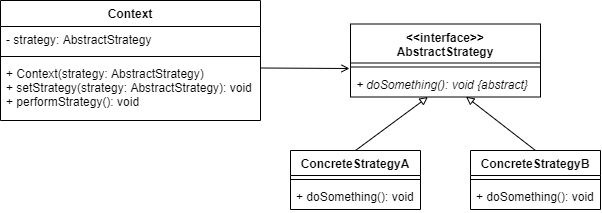
The draw.io diagram uml-diagrams/strategy-pattern.png in callistachang/cz2006-design-patterns, before a commit. Source tidied: cells renumbered, new cells last; positions are measured from the earlier drawing's top-left corner, leaving out a move shared by most shapes.
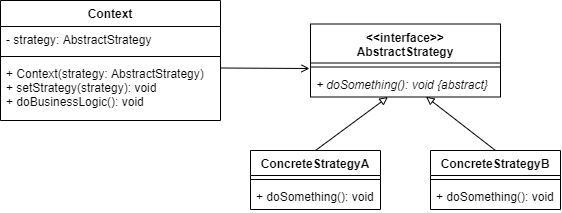
Above is the later version.

Commit message:
updates to strategy & observer patterns

What changed in the source:
```diff
@@ -3,16 +3,16 @@
     <mxCell id="0" />
     <mxCell id="1" parent="0" />
     <mxCell id="2" value="Context" style="swimlane;fontStyle=1;align=center;verticalAlign=top;horizontal=1;startSize=26;" parent="1" vertex="1">
-      <mxGeometry width="260" height="120" as="geometry" />
+      <mxGeometry x="40" width="220" height="120" as="geometry" />
     </mxCell>
     <mxCell id="3" value="- strategy: AbstractStrategy" style="text;strokeColor=none;fillColor=none;align=left;verticalAlign=top;spacingLeft=4;spacingRight=4;overflow=hidden;" parent="2" vertex="1">
-      <mxGeometry y="26" width="260" height="26" as="geometry" />
+      <mxGeometry y="26" width="220" height="26" as="geometry" />
     </mxCell>
     <mxCell id="4" style="line;strokeWidth=1;fillColor=none;align=left;verticalAlign=middle;spacingTop=-1;spacingLeft=3;spacingRight=3;labelPosition=right;" parent="2" vertex="1">
-      <mxGeometry y="52" width="260" height="8" as="geometry" />
+      <mxGeometry y="52" width="220" height="8" as="geometry" />
     </mxCell>
-    <mxCell id="5" value="+ Context(strategy: AbstractStrategy)&#10;+ setStrategy(strategy: AbstractStrategy): void&#10;+ performStrategy(): void" style="text;strokeColor=none;fillColor=none;align=left;verticalAlign=top;spacingLeft=4;spacingRight=4;overflow=hidden;points=[[0,0.5],[1,0.5]];portConstraint=eastwest;" parent="2" vertex="1">
-      <mxGeometry y="60" width="260" height="60" as="geometry" />
+    <mxCell id="5" value="+ Context(strategy: AbstractStrategy)&#10;+ setStrategy(strategy): void&#10;+ doBusinessLogic(): void" style="text;strokeColor=none;fillColor=none;align=left;verticalAlign=top;spacingLeft=4;spacingRight=4;overflow=hidden;points=[[0,0.5],[1,0.5]];portConstraint=eastwest;" parent="2" vertex="1">
+      <mxGeometry y="60" width="220" height="60" as="geometry" />
     </mxCell>
     <mxCell id="6" value="&lt;&lt;interface&gt;&gt;&#10;AbstractStrategy" style="swimlane;fontStyle=1;align=center;verticalAlign=top;horizontal=1;startSize=39;" parent="1" vertex="1">
       <mxGeometry x="350" y="23.5" width="190" height="73" as="geometry" />
```
